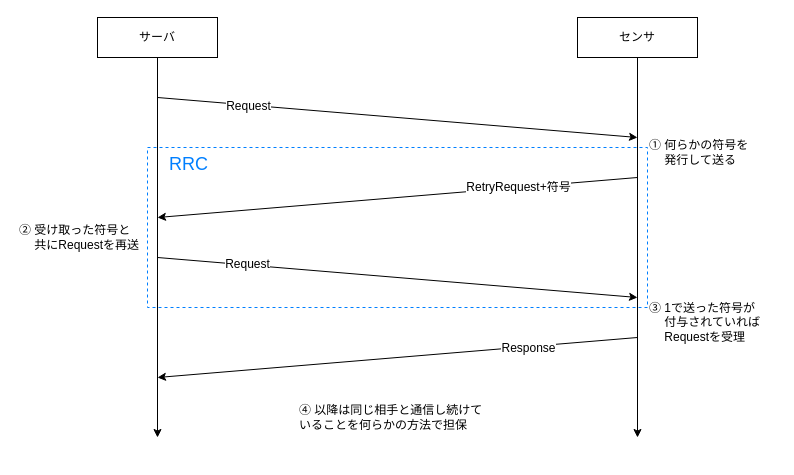
The draw.io diagram rrc.drawio in tetsukamen/drawing, before the edit. Source tidied: cells renumbered, new cells numbered last; positions are measured from the earlier drawing's top-left corner, leaving out a move shared by most shapes. Both pictures are drawn from the tidied source at 100%, with x=0, y=0 at pixel (17, 17).
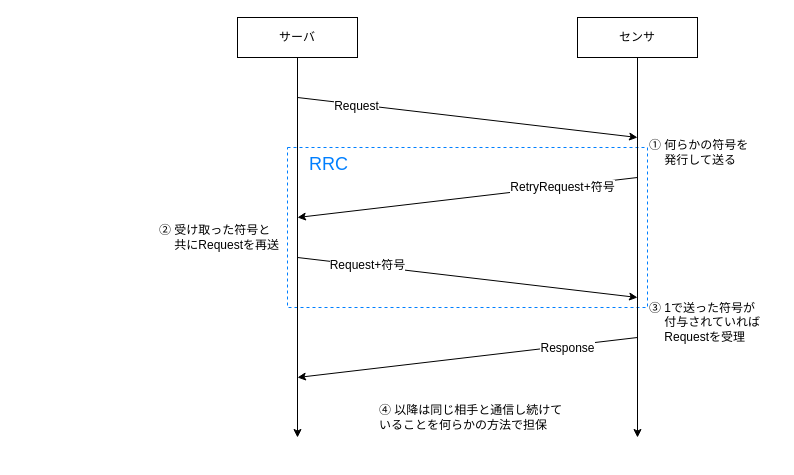
The same diagram, later.

What changed in the source:
```diff
@@
     <mxCell id="2" style="rounded=0;whiteSpace=wrap;html=1;fillColor=none;dashed=1;strokeColor=#007FFF;fontFamily=游ゴシック;" parent="1" vertex="1">
-      <mxGeometry x="130" y="130" width="500" height="160" as="geometry" />
+      <mxGeometry x="270" y="130" width="360" height="160" as="geometry" />
     </mxCell>
     <mxCell id="3" style="edgeStyle=none;html=1;fontFamily=游ゴシック;" parent="1" edge="1" source="4">
       <mxGeometry relative="1" as="geometry">
-        <mxPoint x="140" y="420" as="targetPoint" />
+        <mxPoint x="280" y="420" as="targetPoint" />
       </mxGeometry>
     </mxCell>
     <mxCell id="4" value="&lt;font style=&quot;font-size: 12px&quot;&gt;サーバ&lt;/font&gt;" style="rounded=0;whiteSpace=wrap;html=1;fontFamily=游ゴシック;" parent="1" vertex="1">
-      <mxGeometry x="80" width="120" height="40" as="geometry" />
+      <mxGeometry x="220" width="120" height="40" as="geometry" />
     </mxCell>
@@
     <mxCell id="7" style="endArrow=classic;html=1;fontSize=12;fontFamily=游ゴシック;" parent="1" edge="1">
       <mxGeometry relative="1" as="geometry">
-        <mxPoint x="140" y="80" as="sourcePoint" />
+        <mxPoint x="280" y="80" as="sourcePoint" />
         <mxPoint x="620" y="120" as="targetPoint" />
       </mxGeometry>
     </mxCell>
@@
     <mxCell id="9" style="endArrow=classic;html=1;fontSize=12;fontFamily=游ゴシック;" parent="1" edge="1">
       <mxGeometry relative="1" as="geometry">
-        <mxPoint x="140" y="240" as="sourcePoint" />
+        <mxPoint x="280" y="240" as="sourcePoint" />
         <mxPoint x="620" y="280" as="targetPoint" />
       </mxGeometry>
     </mxCell>
-    <mxCell id="10" value="&lt;span style=&quot;font-size: 12px; text-align: left;&quot;&gt;Request&lt;/span&gt;" style="edgeLabel;html=1;align=center;verticalAlign=middle;fontFamily=游ゴシック;labelBackgroundColor=#FFFFFF;" parent="9" vertex="1">
+    <mxCell id="10" value="&lt;span style=&quot;font-size: 12px ; text-align: left&quot;&gt;Request+符号&lt;/span&gt;" style="edgeLabel;html=1;align=center;verticalAlign=middle;fontFamily=游ゴシック;labelBackgroundColor=#FFFFFF;" parent="9" vertex="1">
       <mxGeometry x="-0.55" y="2" relative="1" as="geometry">
-        <mxPoint x="-18" as="offset" />
+        <mxPoint x="-7" as="offset" />
       </mxGeometry>
     </mxCell>
     <mxCell id="11" style="endArrow=classic;html=1;fontSize=12;fontFamily=游ゴシック;" parent="1" edge="1">
       <mxGeometry relative="1" as="geometry">
         <mxPoint x="620" y="160" as="sourcePoint" />
-        <mxPoint x="140" y="200" as="targetPoint" />
+        <mxPoint x="280" y="200" as="targetPoint" />
       </mxGeometry>
     </mxCell>
@@
     <mxCell id="14" style="endArrow=classic;html=1;fontSize=12;fontFamily=游ゴシック;" parent="1" edge="1">
       <mxGeometry relative="1" as="geometry">
         <mxPoint x="620" y="320" as="sourcePoint" />
-        <mxPoint x="140" y="360" as="targetPoint" />
+        <mxPoint x="280" y="360" as="targetPoint" />
       </mxGeometry>
     </mxCell>
@@
     <mxCell id="17" value="② 受け取った符号と&lt;br&gt;　 共にRequestを再送" style="text;html=1;strokeColor=none;fillColor=none;align=left;verticalAlign=middle;whiteSpace=wrap;rounded=0;fontSize=12;fontFamily=游ゴシック;" parent="1" vertex="1">
-      <mxGeometry y="200" width="130" height="40" as="geometry" />
+      <mxGeometry x="140" y="200" width="130" height="40" as="geometry" />
     </mxCell>
     <mxCell id="18" value="&lt;div&gt;&lt;div&gt;④ 以降は同じ相手と通信し続けて&lt;br&gt;いることを何らかの方法で担保&lt;/div&gt;&lt;/div&gt;" style="text;html=1;strokeColor=none;fillColor=none;align=left;verticalAlign=middle;whiteSpace=wrap;rounded=0;fontSize=12;fontFamily=游ゴシック;" parent="1" vertex="1">
-      <mxGeometry x="280" y="360" width="220" height="80" as="geometry" />
+      <mxGeometry x="360" y="360" width="220" height="80" as="geometry" />
     </mxCell>
     <mxCell id="19" value="&lt;font color=&quot;#007fff&quot; style=&quot;font-size: 18px;&quot;&gt;RRC&lt;/font&gt;" style="text;html=1;strokeColor=none;fillColor=none;align=left;verticalAlign=top;whiteSpace=wrap;rounded=0;fontSize=18;fontFamily=游ゴシック;" parent="1" vertex="1">
-      <mxGeometry x="150" y="130" width="60" height="30" as="geometry" />
+      <mxGeometry x="290" y="130" width="60" height="30" as="geometry" />
     </mxCell>
```
